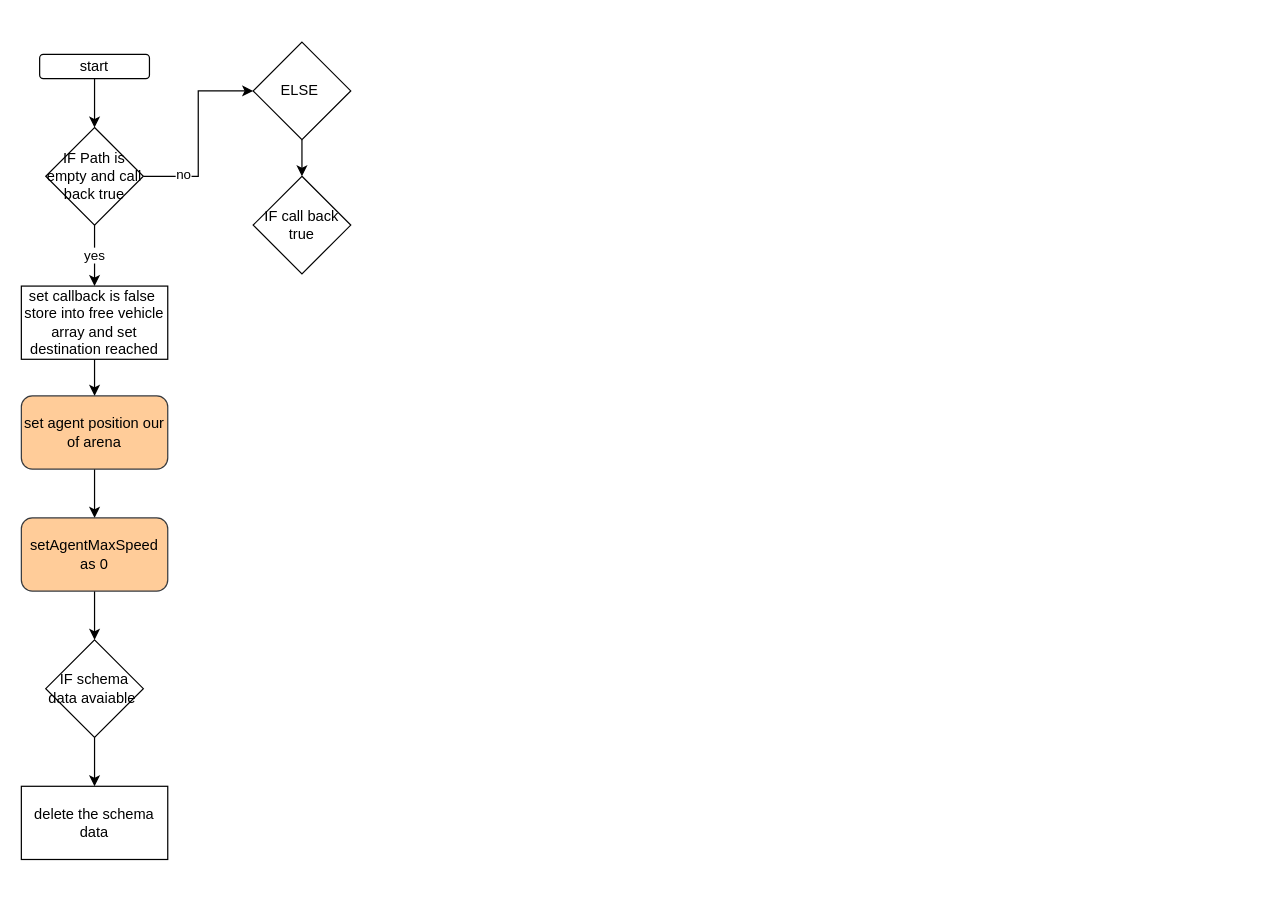
This is vehicle/triggerDestinationReachCall.drawio from sivagit/diagrams, a draw.io file, before an edit. Source tidied: cells renumbered, new cells numbered last; positions are measured from the earlier drawing's top-left corner, leaving out a move shared by most shapes. Both pictures are drawn from the tidied source at 122%, with x=0, y=0 at pixel (21, 41).
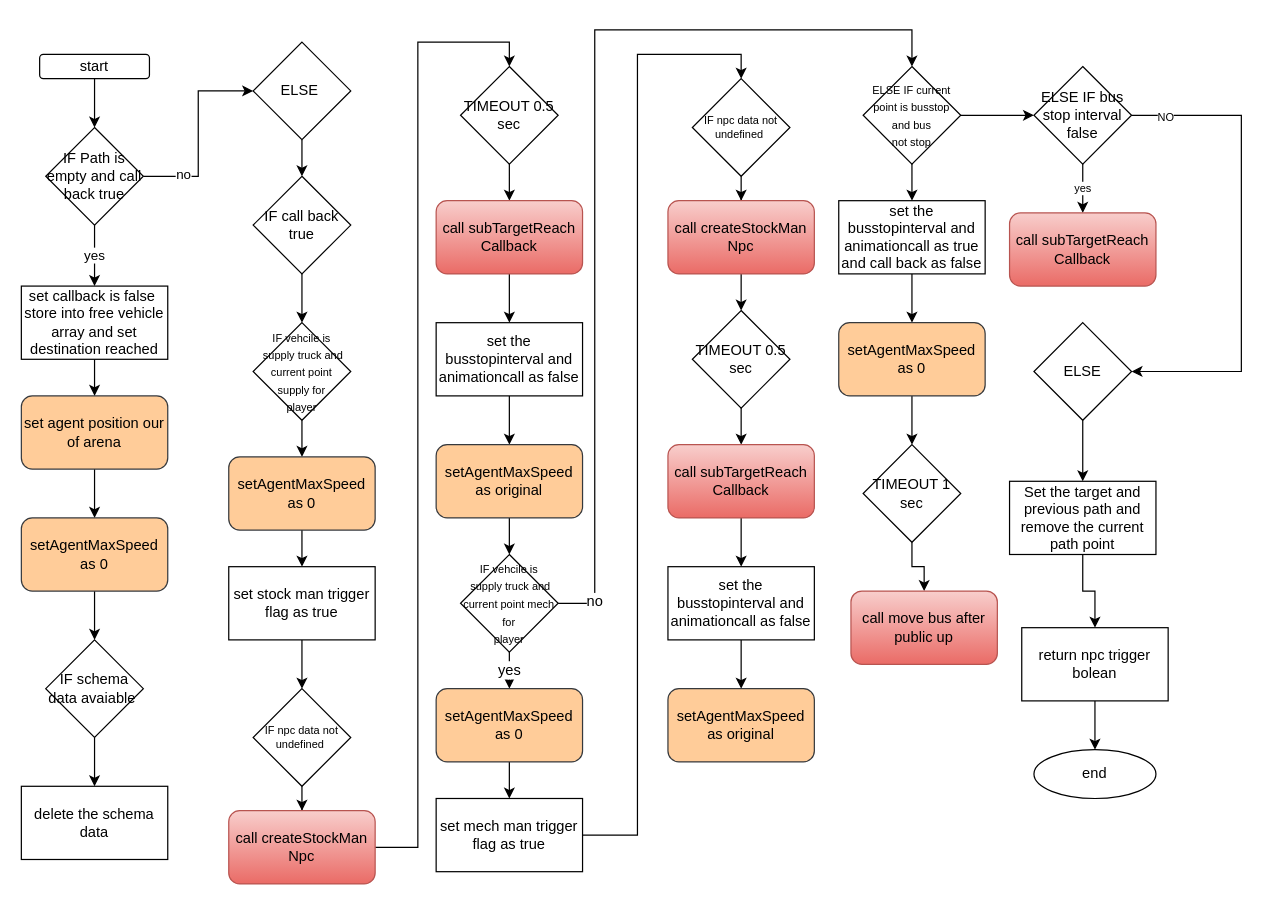
Above is the later version.

Unchanged cells that the change refers to:
```xml
<mxCell id="19" value="IF call back true" style="rhombus;whiteSpace=wrap;html=1;" parent="1" vertex="1">
  <mxGeometry x="190" y="110" width="80" height="80" as="geometry" />
</mxCell>
```

The edit, as a diff of the source:
```diff
@@
+    <mxCell id="20" style="edgeStyle=orthogonalEdgeStyle;rounded=0;jettySize=auto;html=1;" parent="1" edge="1" source="19" target="22">
+      <mxGeometry relative="1" as="geometry" />
+    </mxCell>
@@
+    <mxCell id="21" style="edgeStyle=orthogonalEdgeStyle;rounded=0;jettySize=auto;html=1;fontSize=9;" parent="1" edge="1" source="22" target="24">
+      <mxGeometry relative="1" as="geometry" />
+    </mxCell>
+    <mxCell id="22" value="&lt;font style=&quot;font-size: 9px;&quot;&gt;IF vehcile is&lt;br&gt;&amp;nbsp;supply truck and current point supply for &lt;br&gt;player&lt;/font&gt;" style="rhombus;whiteSpace=wrap;html=1;" parent="1" vertex="1">
+      <mxGeometry x="190" y="230" width="80" height="80" as="geometry" />
+    </mxCell>
+    <mxCell id="23" style="edgeStyle=orthogonalEdgeStyle;rounded=0;jettySize=auto;html=1;fontSize=9;" parent="1" edge="1" source="24" target="26">
+      <mxGeometry relative="1" as="geometry" />
+    </mxCell>
+    <mxCell id="24" value="setAgentMaxSpeed as 0" style="rounded=1;whiteSpace=wrap;html=1;fillColor=#ffcc99;strokeColor=#36393d;" parent="1" vertex="1">
+      <mxGeometry x="170" y="340" width="120" height="60" as="geometry" />
+    </mxCell>
+    <mxCell id="25" style="edgeStyle=orthogonalEdgeStyle;rounded=0;jettySize=auto;html=1;fontSize=12;" parent="1" edge="1" source="26" target="28">
+      <mxGeometry relative="1" as="geometry" />
+    </mxCell>
+    <mxCell id="26" value="&lt;font style=&quot;font-size: 12px;&quot;&gt;set stock man trigger flag as true&lt;/font&gt;" style="rounded=0;whiteSpace=wrap;html=1;fontSize=9;" parent="1" vertex="1">
+      <mxGeometry x="170" y="430" width="120" height="60" as="geometry" />
+    </mxCell>
+    <mxCell id="27" style="edgeStyle=orthogonalEdgeStyle;rounded=0;jettySize=auto;html=1;fontSize=12;" parent="1" edge="1" source="28" target="30">
+      <mxGeometry relative="1" as="geometry" />
+    </mxCell>
+    <mxCell id="28" value="IF npc data not undefined&amp;nbsp;" style="rhombus;whiteSpace=wrap;html=1;fontSize=9;rounded=0;" parent="1" vertex="1">
+      <mxGeometry x="190" y="530" width="80" height="80" as="geometry" />
+    </mxCell>
+    <mxCell id="29" style="edgeStyle=orthogonalEdgeStyle;rounded=0;jettySize=auto;html=1;entryX=0.5;entryY=0;entryDx=0;entryDy=0;fontSize=12;" parent="1" edge="1" source="30" target="32">
+      <mxGeometry relative="1" as="geometry" />
+    </mxCell>
+    <mxCell id="30" value="call&amp;nbsp;createStockMan&lt;br&gt;Npc" style="rounded=1;whiteSpace=wrap;html=1;fillColor=#f8cecc;gradientColor=#ea6b66;strokeColor=#b85450;" parent="1" vertex="1">
+      <mxGeometry x="170" y="630" width="120" height="60" as="geometry" />
+    </mxCell>
+    <mxCell id="31" style="edgeStyle=orthogonalEdgeStyle;rounded=0;jettySize=auto;html=1;fontSize=12;" parent="1" edge="1" source="32" target="34">
+      <mxGeometry relative="1" as="geometry" />
+    </mxCell>
+    <mxCell id="32" value="TIMEOUT 0.5 sec" style="rhombus;whiteSpace=wrap;html=1;fontSize=12;" parent="1" vertex="1">
+      <mxGeometry x="360" y="20" width="80" height="80" as="geometry" />
+    </mxCell>
+    <mxCell id="33" style="edgeStyle=orthogonalEdgeStyle;rounded=0;jettySize=auto;html=1;fontSize=12;" parent="1" edge="1" source="34" target="36">
+      <mxGeometry relative="1" as="geometry" />
+    </mxCell>
+    <mxCell id="34" value="call&amp;nbsp;subTargetReach&lt;br&gt;Callback" style="rounded=1;whiteSpace=wrap;html=1;fillColor=#f8cecc;gradientColor=#ea6b66;strokeColor=#b85450;" parent="1" vertex="1">
+      <mxGeometry x="340" y="130" width="120" height="60" as="geometry" />
+    </mxCell>
+    <mxCell id="35" style="edgeStyle=orthogonalEdgeStyle;rounded=0;jettySize=auto;html=1;fontSize=12;" parent="1" edge="1" source="36" target="38">
+      <mxGeometry relative="1" as="geometry" />
+    </mxCell>
+    <mxCell id="36" value="set the busstopinterval and animationcall as false" style="rounded=0;whiteSpace=wrap;html=1;fontSize=12;" parent="1" vertex="1">
+      <mxGeometry x="340" y="230" width="120" height="60" as="geometry" />
+    </mxCell>
+    <mxCell id="37" style="edgeStyle=orthogonalEdgeStyle;rounded=0;jettySize=auto;html=1;fontSize=12;" parent="1" edge="1" source="38" target="42">
+      <mxGeometry relative="1" as="geometry" />
+    </mxCell>
+    <mxCell id="38" value="setAgentMaxSpeed as original" style="rounded=1;whiteSpace=wrap;html=1;fillColor=#ffcc99;strokeColor=#36393d;" parent="1" vertex="1">
+      <mxGeometry x="340" y="330" width="120" height="60" as="geometry" />
+    </mxCell>
+    <mxCell id="39" value="yes" style="edgeStyle=orthogonalEdgeStyle;rounded=0;jettySize=auto;html=1;fontSize=12;" parent="1" edge="1" source="42" target="44">
+      <mxGeometry relative="1" as="geometry" />
+    </mxCell>
+    <mxCell id="40" style="edgeStyle=orthogonalEdgeStyle;rounded=0;jettySize=auto;html=1;fontSize=12;" parent="1" edge="1" source="42" target="60">
+      <mxGeometry relative="1" as="geometry">
+        <Array as="points">
+          <mxPoint x="470" y="460" />
+          <mxPoint x="470" y="-10" />
+          <mxPoint x="730" y="-10" />
+        </Array>
+      </mxGeometry>
+    </mxCell>
+    <mxCell id="41" value="no" style="edgeLabel;html=1;align=center;verticalAlign=middle;fontSize=12;" parent="40" vertex="1">
+      <mxGeometry x="-0.92" y="1" relative="1" as="geometry" />
+    </mxCell>
+    <mxCell id="42" value="&lt;font style=&quot;font-size: 9px;&quot;&gt;IF vehcile is&lt;br&gt;&amp;nbsp;supply truck and current point mech for &lt;br&gt;player&lt;/font&gt;" style="rhombus;whiteSpace=wrap;html=1;" parent="1" vertex="1">
+      <mxGeometry x="360" y="420" width="80" height="80" as="geometry" />
+    </mxCell>
+    <mxCell id="43" style="edgeStyle=orthogonalEdgeStyle;rounded=0;jettySize=auto;html=1;fontSize=12;" parent="1" edge="1" source="44" target="46">
+      <mxGeometry relative="1" as="geometry" />
+    </mxCell>
+    <mxCell id="44" value="setAgentMaxSpeed as 0" style="rounded=1;whiteSpace=wrap;html=1;fillColor=#ffcc99;strokeColor=#36393d;" parent="1" vertex="1">
+      <mxGeometry x="340" y="530" width="120" height="60" as="geometry" />
+    </mxCell>
+    <mxCell id="45" style="edgeStyle=orthogonalEdgeStyle;rounded=0;jettySize=auto;html=1;entryX=0.5;entryY=0;entryDx=0;entryDy=0;fontSize=12;" parent="1" edge="1" source="46" target="48">
+      <mxGeometry relative="1" as="geometry" />
+    </mxCell>
+    <mxCell id="46" value="&lt;font style=&quot;font-size: 12px;&quot;&gt;set mech man trigger flag as true&lt;/font&gt;" style="rounded=0;whiteSpace=wrap;html=1;fontSize=9;" parent="1" vertex="1">
+      <mxGeometry x="340" y="620" width="120" height="60" as="geometry" />
+    </mxCell>
+    <mxCell id="47" style="edgeStyle=orthogonalEdgeStyle;rounded=0;jettySize=auto;html=1;fontSize=12;" parent="1" edge="1" source="48" target="50">
+      <mxGeometry relative="1" as="geometry" />
+    </mxCell>
+    <mxCell id="48" value="IF npc data not undefined&amp;nbsp;" style="rhombus;whiteSpace=wrap;html=1;fontSize=9;rounded=0;" parent="1" vertex="1">
+      <mxGeometry x="550" y="30" width="80" height="80" as="geometry" />
+    </mxCell>
+    <mxCell id="49" style="edgeStyle=orthogonalEdgeStyle;rounded=0;jettySize=auto;html=1;fontSize=12;" parent="1" edge="1" source="50" target="52">
+      <mxGeometry relative="1" as="geometry" />
+    </mxCell>
+    <mxCell id="50" value="call&amp;nbsp;createStockMan&lt;br&gt;Npc" style="rounded=1;whiteSpace=wrap;html=1;fillColor=#f8cecc;gradientColor=#ea6b66;strokeColor=#b85450;" parent="1" vertex="1">
+      <mxGeometry x="530" y="130" width="120" height="60" as="geometry" />
+    </mxCell>
+    <mxCell id="51" style="edgeStyle=orthogonalEdgeStyle;rounded=0;jettySize=auto;html=1;fontSize=12;" parent="1" edge="1" source="52" target="54">
+      <mxGeometry relative="1" as="geometry" />
+    </mxCell>
+    <mxCell id="52" value="TIMEOUT 0.5 sec" style="rhombus;whiteSpace=wrap;html=1;fontSize=12;" parent="1" vertex="1">
+      <mxGeometry x="550" y="220" width="80" height="80" as="geometry" />
+    </mxCell>
+    <mxCell id="53" style="edgeStyle=orthogonalEdgeStyle;rounded=0;jettySize=auto;html=1;fontSize=12;" parent="1" edge="1" source="54" target="56">
+      <mxGeometry relative="1" as="geometry" />
+    </mxCell>
+    <mxCell id="54" value="call&amp;nbsp;subTargetReach&lt;br&gt;Callback" style="rounded=1;whiteSpace=wrap;html=1;fillColor=#f8cecc;gradientColor=#ea6b66;strokeColor=#b85450;" parent="1" vertex="1">
+      <mxGeometry x="530" y="330" width="120" height="60" as="geometry" />
+    </mxCell>
+    <mxCell id="55" style="edgeStyle=orthogonalEdgeStyle;rounded=0;jettySize=auto;html=1;fontSize=12;" parent="1" edge="1" source="56" target="57">
+      <mxGeometry relative="1" as="geometry" />
+    </mxCell>
+    <mxCell id="56" value="set the busstopinterval and animationcall as false" style="rounded=0;whiteSpace=wrap;html=1;fontSize=12;" parent="1" vertex="1">
+      <mxGeometry x="530" y="430" width="120" height="60" as="geometry" />
+    </mxCell>
+    <mxCell id="57" value="setAgentMaxSpeed as original" style="rounded=1;whiteSpace=wrap;html=1;fillColor=#ffcc99;strokeColor=#36393d;" parent="1" vertex="1">
+      <mxGeometry x="530" y="530" width="120" height="60" as="geometry" />
+    </mxCell>
+    <mxCell id="58" style="edgeStyle=orthogonalEdgeStyle;rounded=0;jettySize=auto;html=1;fontSize=9;" parent="1" edge="1" source="60" target="62">
+      <mxGeometry relative="1" as="geometry" />
+    </mxCell>
+    <mxCell id="59" style="edgeStyle=orthogonalEdgeStyle;rounded=0;jettySize=auto;html=1;fontSize=9;" parent="1" edge="1" source="60" target="71">
+      <mxGeometry relative="1" as="geometry" />
+    </mxCell>
+    <mxCell id="60" value="&lt;font style=&quot;font-size: 9px;&quot;&gt;ELSE IF current point is busstop and bus &lt;br&gt;not stop&lt;/font&gt;" style="rhombus;whiteSpace=wrap;html=1;" parent="1" vertex="1">
+      <mxGeometry x="690" y="20" width="80" height="80" as="geometry" />
+    </mxCell>
+    <mxCell id="61" style="edgeStyle=orthogonalEdgeStyle;rounded=0;jettySize=auto;html=1;fontSize=9;" parent="1" edge="1" source="62" target="64">
+      <mxGeometry relative="1" as="geometry" />
+    </mxCell>
+    <mxCell id="62" value="set the busstopinterval and animationcall as true&lt;br&gt;and call back as false" style="rounded=0;whiteSpace=wrap;html=1;fontSize=12;" parent="1" vertex="1">
+      <mxGeometry x="670" y="130" width="120" height="60" as="geometry" />
+    </mxCell>
+    <mxCell id="63" style="edgeStyle=orthogonalEdgeStyle;rounded=0;jettySize=auto;html=1;fontSize=9;" parent="1" edge="1" source="64" target="66">
+      <mxGeometry relative="1" as="geometry" />
+    </mxCell>
+    <mxCell id="64" value="setAgentMaxSpeed as 0" style="rounded=1;whiteSpace=wrap;html=1;fillColor=#ffcc99;strokeColor=#36393d;" parent="1" vertex="1">
+      <mxGeometry x="670" y="230" width="120" height="60" as="geometry" />
+    </mxCell>
+    <mxCell id="65" style="edgeStyle=orthogonalEdgeStyle;rounded=0;jettySize=auto;html=1;fontSize=9;" parent="1" edge="1" source="66" target="67">
+      <mxGeometry relative="1" as="geometry" />
+    </mxCell>
+    <mxCell id="66" value="TIMEOUT 1 sec" style="rhombus;whiteSpace=wrap;html=1;fontSize=12;" parent="1" vertex="1">
+      <mxGeometry x="690" y="330" width="80" height="80" as="geometry" />
+    </mxCell>
+    <mxCell id="67" value="call move bus after public up" style="rounded=1;whiteSpace=wrap;html=1;fillColor=#f8cecc;gradientColor=#ea6b66;strokeColor=#b85450;" parent="1" vertex="1">
+      <mxGeometry x="680" y="450" width="120" height="60" as="geometry" />
+    </mxCell>
+    <mxCell id="68" value="yes" style="edgeStyle=orthogonalEdgeStyle;rounded=0;jettySize=auto;html=1;fontSize=9;" parent="1" edge="1" source="71" target="72">
+      <mxGeometry relative="1" as="geometry" />
+    </mxCell>
+    <mxCell id="69" style="edgeStyle=orthogonalEdgeStyle;rounded=0;jettySize=auto;html=1;fontSize=9;" parent="1" edge="1" source="71" target="74">
+      <mxGeometry relative="1" as="geometry">
+        <Array as="points">
+          <mxPoint x="1000" y="60" />
+          <mxPoint x="1000" y="270" />
+        </Array>
+      </mxGeometry>
+    </mxCell>
+    <mxCell id="70" value="NO" style="edgeLabel;html=1;align=center;verticalAlign=middle;fontSize=9;" parent="69" vertex="1">
+      <mxGeometry x="-0.86" y="-1" relative="1" as="geometry" />
+    </mxCell>
+    <mxCell id="71" value="ELSE IF bus stop interval false" style="rhombus;whiteSpace=wrap;html=1;" parent="1" vertex="1">
+      <mxGeometry x="830" y="20" width="80" height="80" as="geometry" />
+    </mxCell>
+    <mxCell id="72" value="call&amp;nbsp;subTargetReach&lt;br&gt;Callback" style="rounded=1;whiteSpace=wrap;html=1;fillColor=#f8cecc;gradientColor=#ea6b66;strokeColor=#b85450;" parent="1" vertex="1">
+      <mxGeometry x="810" y="140" width="120" height="60" as="geometry" />
+    </mxCell>
+    <mxCell id="73" style="edgeStyle=orthogonalEdgeStyle;rounded=0;jettySize=auto;html=1;fontSize=9;" parent="1" edge="1" source="74" target="76">
+      <mxGeometry relative="1" as="geometry" />
+    </mxCell>
+    <mxCell id="74" value="ELSE" style="rhombus;whiteSpace=wrap;html=1;" parent="1" vertex="1">
+      <mxGeometry x="830" y="230" width="80" height="80" as="geometry" />
+    </mxCell>
+    <mxCell id="75" style="edgeStyle=orthogonalEdgeStyle;rounded=0;jettySize=auto;html=1;fontSize=9;" parent="1" edge="1" source="76" target="78">
+      <mxGeometry relative="1" as="geometry" />
+    </mxCell>
+    <mxCell id="76" value="Set the target and previous path and remove the current path point" style="rounded=0;whiteSpace=wrap;html=1;fontSize=12;" parent="1" vertex="1">
+      <mxGeometry x="810" y="360" width="120" height="60" as="geometry" />
+    </mxCell>
+    <mxCell id="77" style="edgeStyle=orthogonalEdgeStyle;rounded=0;jettySize=auto;html=1;fontSize=9;" parent="1" edge="1" source="78" target="79">
+      <mxGeometry relative="1" as="geometry" />
+    </mxCell>
+    <mxCell id="78" value="return npc trigger bolean" style="whiteSpace=wrap;html=1;rounded=0;" parent="1" vertex="1">
+      <mxGeometry x="820" y="480" width="120" height="60" as="geometry" />
+    </mxCell>
+    <mxCell id="79" value="end" style="ellipse;whiteSpace=wrap;html=1;rounded=0;" parent="1" vertex="1">
+      <mxGeometry x="830" y="580" width="100" height="40" as="geometry" />
+    </mxCell>
```
